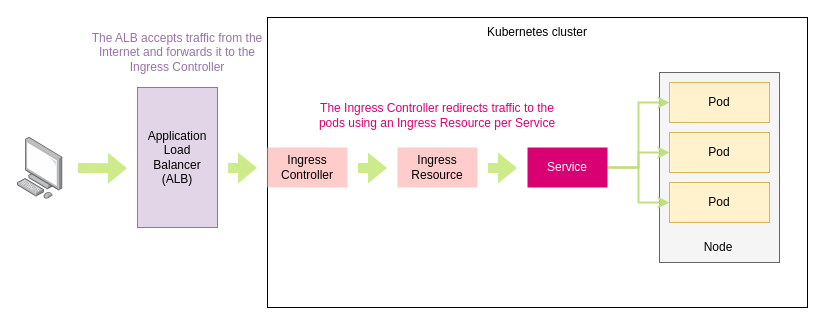
This is page "14.7" (7 of 13) of ch14.drawio from abunuwas/microservices-apis-img, a draw.io file, before an edit. Source tidied: cells renumbered, new cells numbered last; positions are measured from the earlier drawing's top-left corner, leaving out a move shared by most shapes. Both pictures are drawn from the tidied source at 100%, with x=0, y=0 at pixel (17, 17).
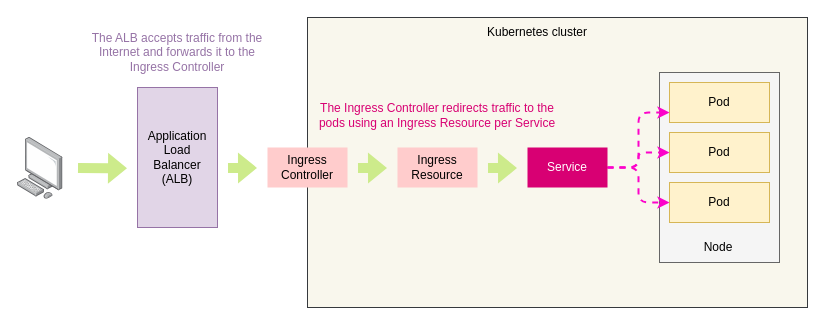
The same diagram, later.

The change refers to these unchanged cells:
```xml
<mxCell id="5" value="Pod" style="text;html=1;strokeColor=#d6b656;fillColor=#fff2cc;align=center;verticalAlign=middle;whiteSpace=wrap;rounded=0;" parent="1" vertex="1">
  <mxGeometry x="652" y="65" width="100" height="40" as="geometry" />
</mxCell>
<mxCell id="6" value="Pod" style="text;html=1;strokeColor=#d6b656;fillColor=#fff2cc;align=center;verticalAlign=middle;whiteSpace=wrap;rounded=0;" parent="1" vertex="1">
  <mxGeometry x="652" y="115" width="100" height="40" as="geometry" />
</mxCell>
<mxCell id="7" value="Pod" style="text;html=1;strokeColor=#d6b656;fillColor=#fff2cc;align=center;verticalAlign=middle;whiteSpace=wrap;rounded=0;" parent="1" vertex="1">
  <mxGeometry x="652" y="165" width="100" height="40" as="geometry" />
</mxCell>
<mxCell id="11" value="Service" style="rounded=0;whiteSpace=wrap;html=1;strokeColor=none;fillColor=#d80073;fontColor=#ffffff;" parent="1" vertex="1">
  <mxGeometry x="510" y="130" width="80" height="40" as="geometry" />
</mxCell>
```

Diff of the diagram source:
```diff
@@
-    <mxCell id="2" style="rounded=0;whiteSpace=wrap;html=1;labelBackgroundColor=none;fontColor=#D80073;strokeColor=default;fillColor=none;gradientColor=none;" parent="1" vertex="1">
-      <mxGeometry x="250" width="540" height="290" as="geometry" />
+    <mxCell id="2" style="rounded=0;whiteSpace=wrap;html=1;labelBackgroundColor=none;strokeColor=#36393d;fillColor=#f9f7ed;" parent="1" vertex="1">
+      <mxGeometry x="290" width="500" height="290" as="geometry" />
     </mxCell>
@@
-    <mxCell id="8" style="edgeStyle=orthogonalEdgeStyle;rounded=0;jettySize=auto;html=1;entryX=0;entryY=0.5;entryDx=0;entryDy=0;fontColor=#000000;strokeColor=#C2DE83;fillColor=#cdeb8b;strokeWidth=2;" parent="1" edge="1" source="11" target="5">
+    <mxCell id="8" style="edgeStyle=orthogonalEdgeStyle;rounded=1;jumpStyle=none;jettySize=auto;html=1;entryX=0;entryY=0.75;entryDx=0;entryDy=0;shadow=0;dashed=1;fontColor=#000000;strokeColor=#FC03CA;strokeWidth=2;" parent="1" edge="1" source="11" target="5">
       <mxGeometry relative="1" as="geometry" />
     </mxCell>
-    <mxCell id="9" style="edgeStyle=orthogonalEdgeStyle;rounded=0;jettySize=auto;html=1;entryX=0;entryY=0.5;entryDx=0;entryDy=0;fontColor=#000000;strokeColor=#C2DE83;fillColor=#cdeb8b;strokeWidth=2;" parent="1" edge="1" source="11" target="6">
+    <mxCell id="9" style="edgeStyle=orthogonalEdgeStyle;rounded=1;jumpStyle=none;jettySize=auto;html=1;entryX=0;entryY=0.5;entryDx=0;entryDy=0;shadow=0;dashed=1;fontColor=#000000;strokeColor=#FC03CA;strokeWidth=2;" parent="1" edge="1" source="11" target="6">
       <mxGeometry relative="1" as="geometry" />
     </mxCell>
-    <mxCell id="10" style="edgeStyle=orthogonalEdgeStyle;rounded=0;jettySize=auto;html=1;entryX=0;entryY=0.5;entryDx=0;entryDy=0;fontColor=#000000;strokeColor=#C2DE83;fillColor=#cdeb8b;strokeWidth=2;" parent="1" edge="1" source="11" target="7">
+    <mxCell id="10" style="edgeStyle=orthogonalEdgeStyle;rounded=1;jumpStyle=none;jettySize=auto;html=1;entryX=0;entryY=0.5;entryDx=0;entryDy=0;shadow=0;dashed=1;fontColor=#000000;strokeColor=#FC03CA;strokeWidth=2;" parent="1" edge="1" source="11" target="7">
       <mxGeometry relative="1" as="geometry" />
     </mxCell>
```
